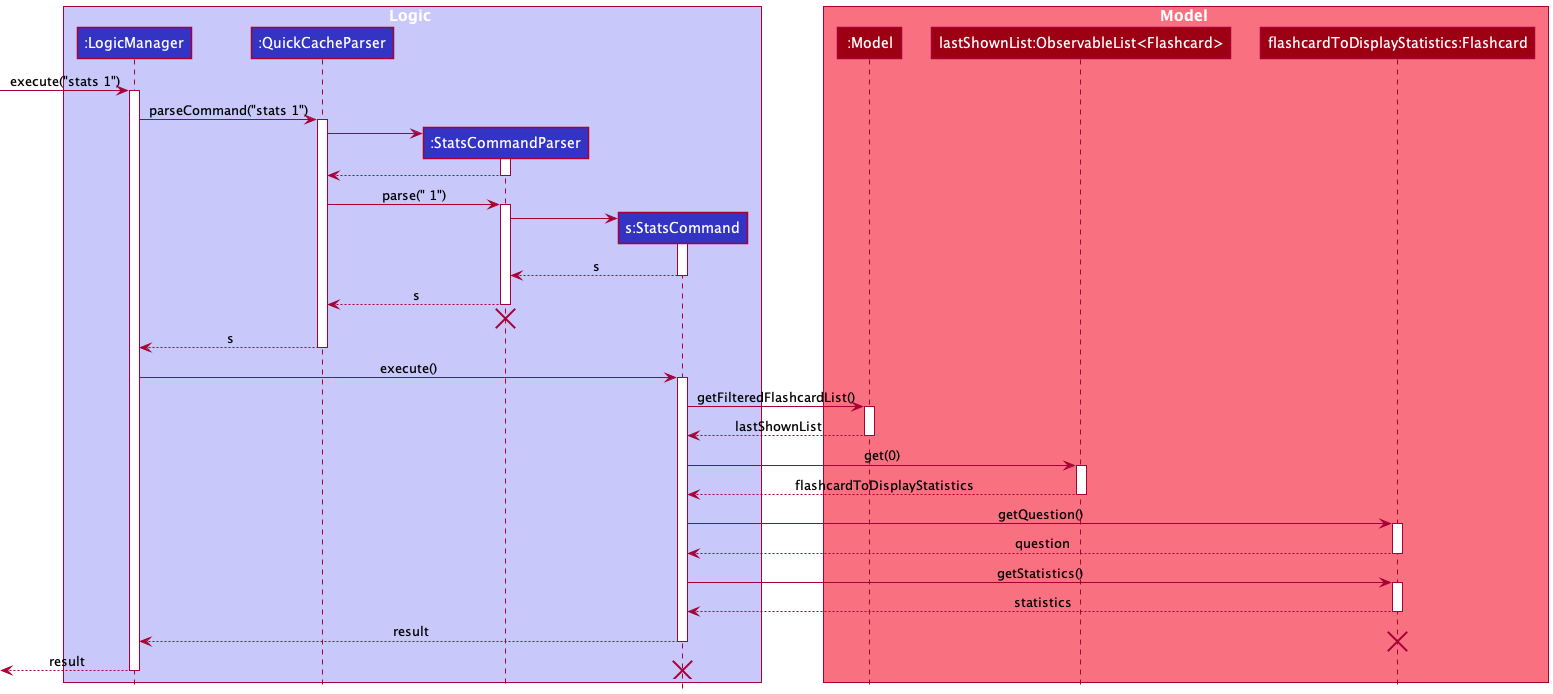
Above: docs/images/StatsSequenceDiagram.png in nus-cs2103-AY2021S1/tp (PlantUML), before the change.
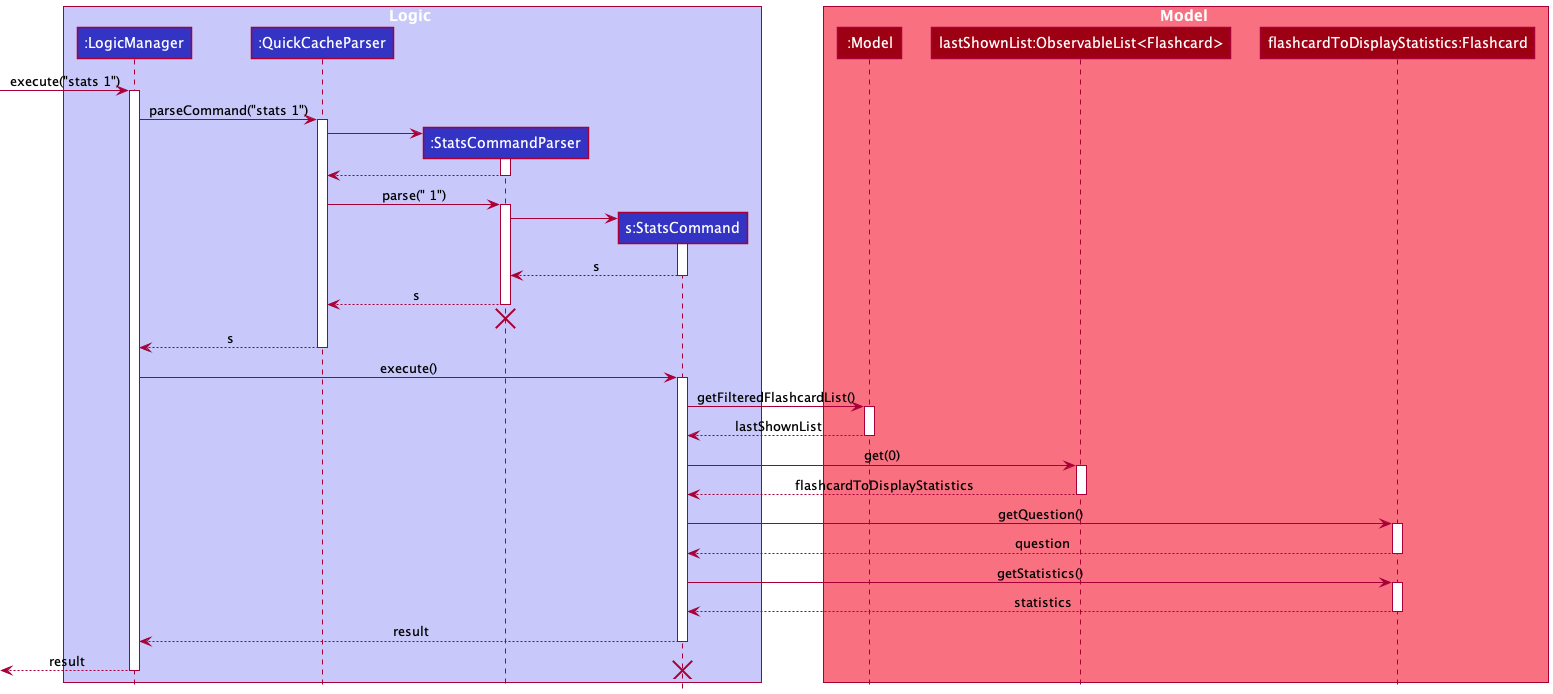
Above is the later version.

Commit message:
Fix small bugs in sequence diagrams

Change to the diagram source:
```diff
@@ -74,7 +74,6 @@
 deactivate Flashcard
 
 StatsCommand --> LogicManager : result
-destroy Flashcard
 deactivate StatsCommand
 
 [<--LogicManager : result
```
